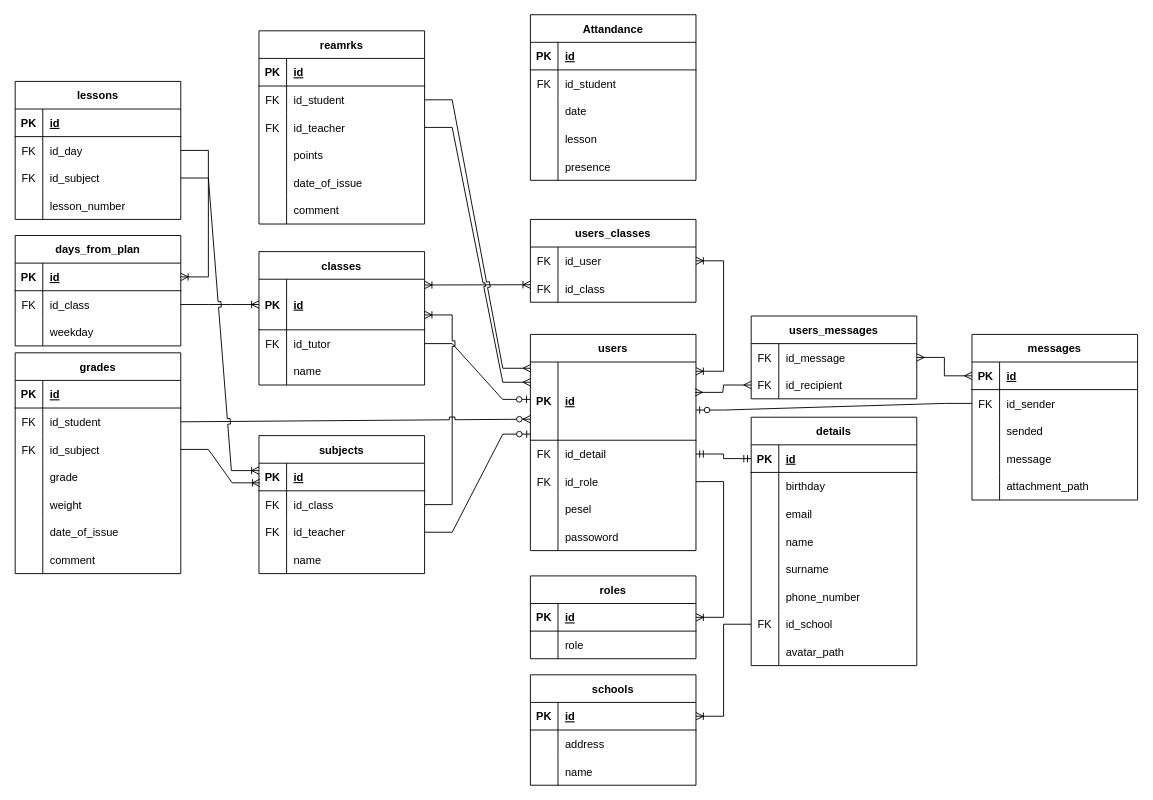
Earlier version of the draw.io diagram Diarium.drawio (Wadowski-Mateusz/WdPAI). Source tidied: cells renumbered, new cells numbered last; positions are measured from the earlier drawing's top-left corner, leaving out a move shared by most shapes. Both pictures are drawn from the tidied source at 92%, with x=0, y=0 at pixel (15, 14).
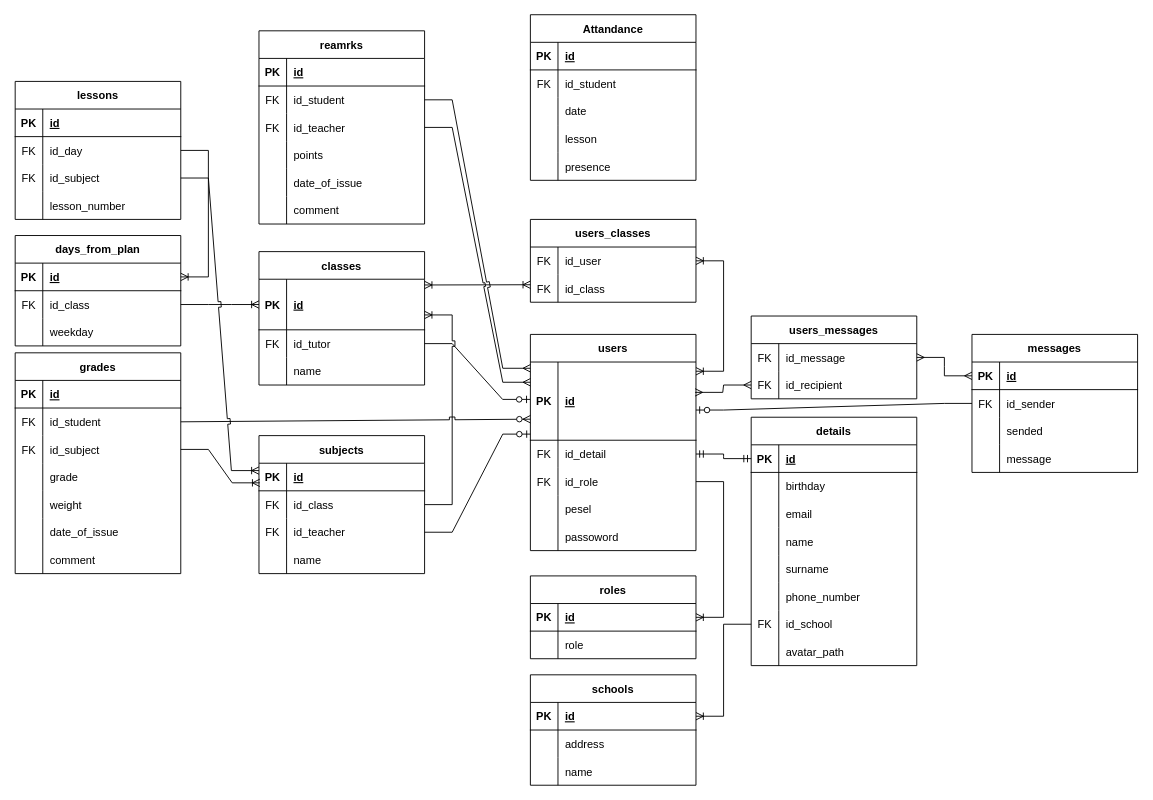
After the change.

What changed in the source:
```diff
@@
     <mxCell id="76" value="messages" style="shape=table;startSize=30;childLayout=tableLayout;rowLines=0;fontStyle=1;align=center;rounded=0;labelBackgroundColor=none;" parent="1" vertex="1">
-      <mxGeometry x="1040" y="348" width="180" height="180" as="geometry" />
+      <mxGeometry x="1040" y="348" width="180" height="150" as="geometry" />
     </mxCell>
@@
-    <mxCell id="89" style="shape=tableRow;horizontal=0;startSize=0;swimlaneHead=0;swimlaneBody=0;fillColor=none;top=0;left=0;right=0;bottom=0;rounded=0;labelBackgroundColor=none;" parent="76" vertex="1">
-      <mxGeometry y="150" width="180" height="30" as="geometry" />
-    </mxCell>
-    <mxCell id="90" style="shape=partialRectangle;fillColor=none;top=0;left=0;bottom=0;right=0;overflow=hidden;rounded=0;labelBackgroundColor=none;" parent="89" vertex="1">
-      <mxGeometry width="30" height="30" as="geometry" />
-    </mxCell>
-    <mxCell id="91" value="attachment_path" style="shape=partialRectangle;fillColor=none;top=0;left=0;bottom=0;right=0;align=left;spacingLeft=6;overflow=hidden;rounded=0;labelBackgroundColor=none;" parent="89" vertex="1">
-      <mxGeometry x="30" width="150" height="30" as="geometry" />
-    </mxCell>
```
